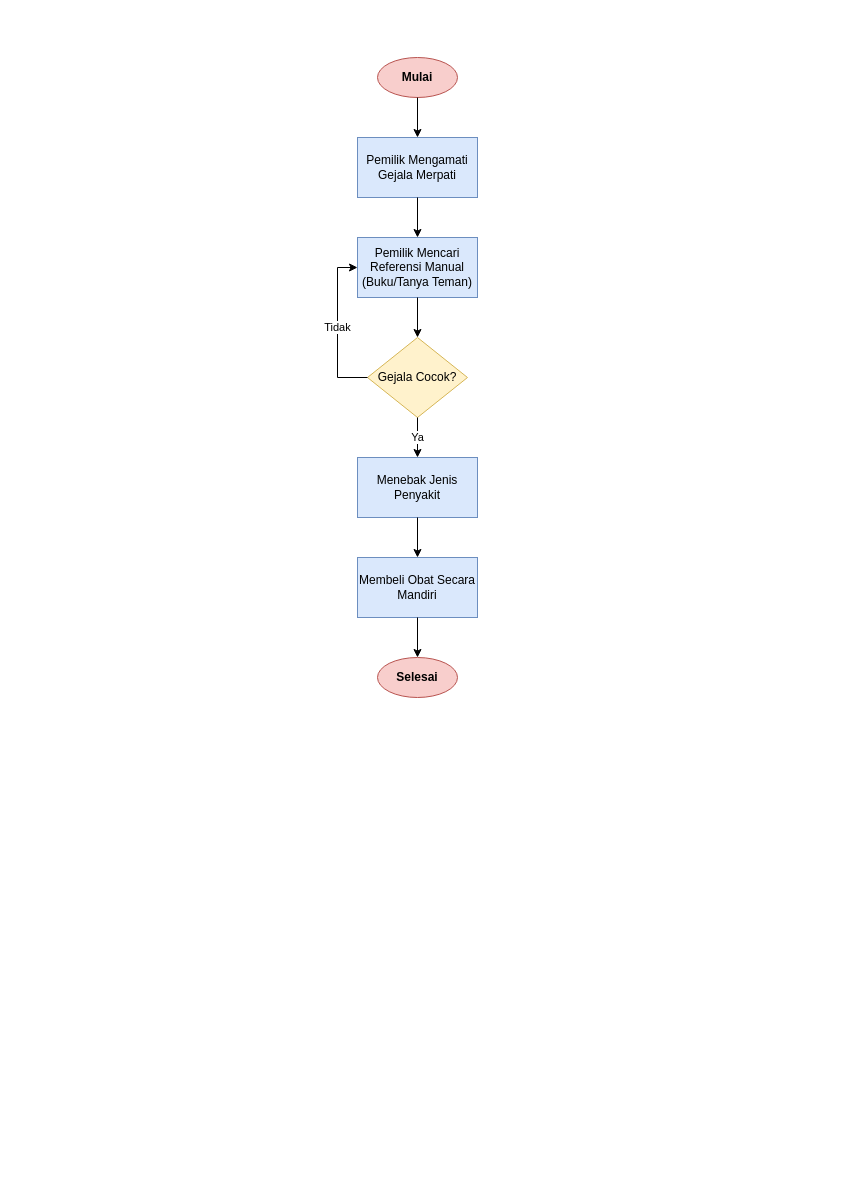
Earlier version of the draw.io diagram diagram/flowchart/sistem_lama.drawio (Jinsky/Jinsky). Source tidied: cells renumbered, new cells numbered last; positions are measured from the earlier drawing's top-left corner, leaving out a move shared by most shapes. Both pictures are drawn from the tidied source at 100%, with x=0, y=0 at pixel (357, 57).
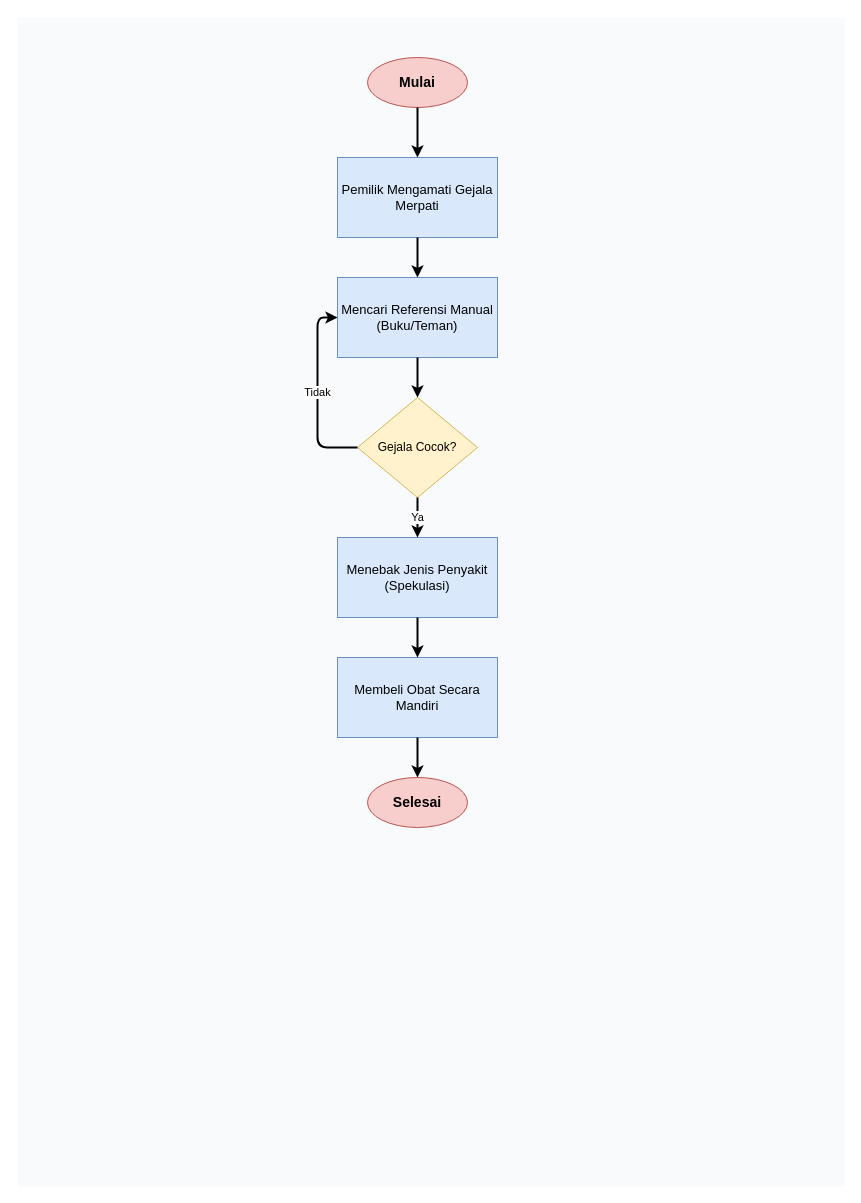
Above is the later version.

The edit, as a diff of the source:
```diff
@@
 <mxGraphModel>
   <root>
     <mxCell id="0" />
     <mxCell id="1" parent="0" />
-    <mxCell id="2" value="Mulai" style="ellipse;whiteSpace=wrap;html=1;fillColor=#f8cecc;strokeColor=#b85450;fontStyle=1;" parent="1" vertex="1">
-      <mxGeometry x="20" width="80" height="40" as="geometry" />
-    </mxCell>
-    <mxCell id="3" value="Pemilik Mengamati Gejala Merpati" style="rounded=0;whiteSpace=wrap;html=1;fillColor=#dae8fc;strokeColor=#6c8ebf;" parent="1" vertex="1">
-      <mxGeometry y="80" width="120" height="60" as="geometry" />
-    </mxCell>
-    <mxCell id="4" value="Pemilik Mencari Referensi Manual (Buku/Tanya Teman)" style="rounded=0;whiteSpace=wrap;html=1;fillColor=#dae8fc;strokeColor=#6c8ebf;" parent="1" vertex="1">
-      <mxGeometry y="180" width="120" height="60" as="geometry" />
-    </mxCell>
-    <mxCell id="5" value="Gejala Cocok?" style="rhombus;whiteSpace=wrap;html=1;fillColor=#fff2cc;strokeColor=#d6b656;" parent="1" vertex="1">
-      <mxGeometry x="10" y="280" width="100" height="80" as="geometry" />
-    </mxCell>
-    <mxCell id="6" value="Menebak Jenis Penyakit" style="rounded=0;whiteSpace=wrap;html=1;fillColor=#dae8fc;strokeColor=#6c8ebf;" parent="1" vertex="1">
-      <mxGeometry y="400" width="120" height="60" as="geometry" />
-    </mxCell>
-    <mxCell id="7" value="Membeli Obat Secara Mandiri" style="rounded=0;whiteSpace=wrap;html=1;fillColor=#dae8fc;strokeColor=#6c8ebf;" parent="1" vertex="1">
-      <mxGeometry y="500" width="120" height="60" as="geometry" />
-    </mxCell>
-    <mxCell id="8" value="Selesai" style="ellipse;whiteSpace=wrap;html=1;fillColor=#f8cecc;strokeColor=#b85450;fontStyle=1;" parent="1" vertex="1">
-      <mxGeometry x="20" y="600" width="80" height="40" as="geometry" />
-    </mxCell>
-    <mxCell id="9" style="edgeStyle=orthogonalEdgeStyle;rounded=0;jettySize=auto;html=1;" parent="1" edge="1" source="2" target="3">
-      <mxGeometry relative="1" as="geometry" />
-    </mxCell>
-    <mxCell id="10" style="edgeStyle=orthogonalEdgeStyle;rounded=0;jettySize=auto;html=1;" parent="1" edge="1" source="3" target="4">
-      <mxGeometry relative="1" as="geometry" />
-    </mxCell>
-    <mxCell id="11" style="edgeStyle=orthogonalEdgeStyle;rounded=0;jettySize=auto;html=1;" parent="1" edge="1" source="4" target="5">
-      <mxGeometry relative="1" as="geometry" />
-    </mxCell>
+    <mxCell id="16" style="rounded=0;whiteSpace=wrap;html=1;fillColor=#f8fafc;strokeColor=none;" parent="1" vertex="1">
+      <mxGeometry x="-340" y="-40" width="827" height="1169" as="geometry" />
+    </mxCell>
-    <mxCell id="12" value="Ya" style="edgeStyle=orthogonalEdgeStyle;rounded=0;jettySize=auto;html=1;" parent="1" edge="1" source="5" target="6">
-      <mxGeometry relative="1" as="geometry" />
+    <mxCell id="12" value="Mulai" style="ellipse;whiteSpace=wrap;html=1;fillColor=#f8cecc;strokeColor=#b85450;fontStyle=1;fontSize=14;" parent="1" vertex="1">
+      <mxGeometry x="10" width="100" height="50" as="geometry" />
     </mxCell>
-    <mxCell id="13" value="Tidak" style="edgeStyle=orthogonalEdgeStyle;rounded=0;jettySize=auto;html=1;exitX=0;exitY=0.5;exitDx=0;exitDy=0;entryX=0;entryY=0.5;entryDx=0;entryDy=0;" parent="1" edge="1" source="5" target="4">
-      <mxGeometry relative="1" as="geometry" />
+    <mxCell id="13" value="Pemilik Mengamati Gejala Merpati" style="rounded=0;whiteSpace=wrap;html=1;fillColor=#dae8fc;strokeColor=#6c8ebf;fontSize=13;" parent="1" vertex="1">
+      <mxGeometry x="-20" y="100" width="160" height="80" as="geometry" />
     </mxCell>
-    <mxCell id="14" style="edgeStyle=orthogonalEdgeStyle;rounded=0;jettySize=auto;html=1;" parent="1" edge="1" source="6" target="7">
-      <mxGeometry relative="1" as="geometry" />
+    <mxCell id="14" value="Mencari Referensi Manual (Buku/Teman)" style="rounded=0;whiteSpace=wrap;html=1;fillColor=#dae8fc;strokeColor=#6c8ebf;fontSize=13;" parent="1" vertex="1">
+      <mxGeometry x="-20" y="220" width="160" height="80" as="geometry" />
     </mxCell>
-    <mxCell id="15" style="edgeStyle=orthogonalEdgeStyle;rounded=0;jettySize=auto;html=1;" parent="1" edge="1" source="7" target="8">
-      <mxGeometry relative="1" as="geometry" />
+    <mxCell id="15" value="Gejala Cocok?" style="rhombus;whiteSpace=wrap;html=1;fillColor=#fff2cc;strokeColor=#d6b656;fontSize=12;" parent="1" vertex="1">
+      <mxGeometry y="340" width="120" height="100" as="geometry" />
     </mxCell>
+    <mxCell id="17" value="Menebak Jenis Penyakit (Spekulasi)" style="rounded=0;whiteSpace=wrap;html=1;fillColor=#dae8fc;strokeColor=#6c8ebf;fontSize=13;" parent="1" vertex="1">
+      <mxGeometry x="-20" y="480" width="160" height="80" as="geometry" />
+    </mxCell>
+    <mxCell id="7" value="Membeli Obat Secara Mandiri" style="rounded=0;whiteSpace=wrap;html=1;fillColor=#dae8fc;strokeColor=#6c8ebf;fontSize=13;" parent="1" vertex="1">
+      <mxGeometry x="-20" y="600" width="160" height="80" as="geometry" />
+    </mxCell>
+    <mxCell id="8" value="Selesai" style="ellipse;whiteSpace=wrap;html=1;fillColor=#f8cecc;strokeColor=#b85450;fontStyle=1;fontSize=14;" parent="1" vertex="1">
+      <mxGeometry x="10" y="720" width="100" height="50" as="geometry" />
+    </mxCell>
+    <mxCell id="18" style="edgeStyle=orthogonalEdgeStyle;rounded=1;jettySize=auto;html=1;strokeWidth=2;fontSize=11;" parent="1" edge="1" source="12" target="13">
+      <mxGeometry relative="1" as="geometry" />
+    </mxCell>
+    <mxCell id="19" style="edgeStyle=orthogonalEdgeStyle;rounded=1;jettySize=auto;html=1;strokeWidth=2;fontSize=11;" parent="1" edge="1" source="13" target="14">
+      <mxGeometry relative="1" as="geometry" />
+    </mxCell>
+    <mxCell id="20" style="edgeStyle=orthogonalEdgeStyle;rounded=1;jettySize=auto;html=1;strokeWidth=2;fontSize=11;" parent="1" edge="1" source="14" target="15">
+      <mxGeometry relative="1" as="geometry" />
+    </mxCell>
+    <mxCell id="21" value="Ya" style="edgeStyle=orthogonalEdgeStyle;rounded=1;jettySize=auto;html=1;strokeWidth=2;fontSize=11;" parent="1" edge="1" source="15" target="17">
+      <mxGeometry relative="1" as="geometry" />
+    </mxCell>
+    <mxCell id="22" value="Tidak" style="edgeStyle=orthogonalEdgeStyle;rounded=1;jettySize=auto;html=1;strokeWidth=2;fontSize=11;exitX=0;exitY=0.5;exitDx=0;exitDy=0;entryX=0;entryY=0.5;entryDx=0;entryDy=0;" parent="1" edge="1" source="15" target="14">
+      <mxGeometry relative="1" as="geometry" />
+    </mxCell>
+    <mxCell id="23" style="edgeStyle=orthogonalEdgeStyle;rounded=1;jettySize=auto;html=1;strokeWidth=2;fontSize=11;" parent="1" edge="1" source="17" target="7">
+      <mxGeometry relative="1" as="geometry" />
+    </mxCell>
+    <mxCell id="24" style="edgeStyle=orthogonalEdgeStyle;rounded=1;jettySize=auto;html=1;strokeWidth=2;fontSize=11;" parent="1" edge="1" source="7" target="8">
+      <mxGeometry relative="1" as="geometry" />
+    </mxCell>
   </root>
 </mxGraphModel>
```
